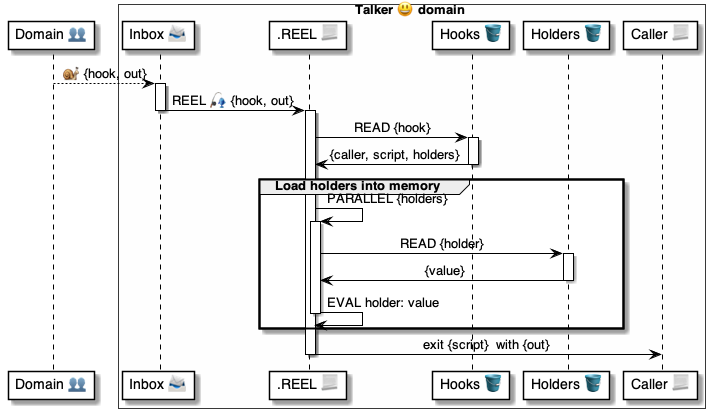
The PlantUML diagram 4 ⚙️ Solution/37 Scripts 📃/📃 Commands ⌘/⌘ for control ▶️/REEL 🎣/🎣 REEL ⚙️ uml.png in pollyweb-org/pollyweb-docs, before a commit. Its source is kept beside it as 4 ⚙️ Solution/37 Scripts 📃/📃 Commands ⌘/⌘ for control ▶️/REEL 🎣/🎣 REEL ⚙️ uml.puml.
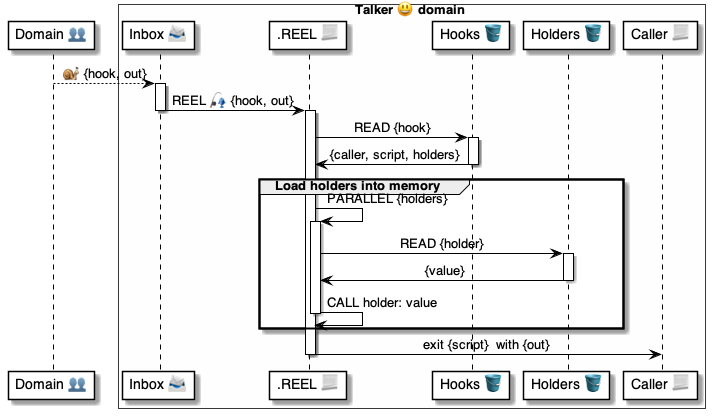
After the change.

Change to the diagram source:
```diff
@@ -34,7 +34,7 @@
                 holders -> reel: {value}
             deactivate holders
 
-            reel -> reel: EVAL holder: value
+            reel -> reel: CALL holder: value
         deactivate reel
 
     end group
```
